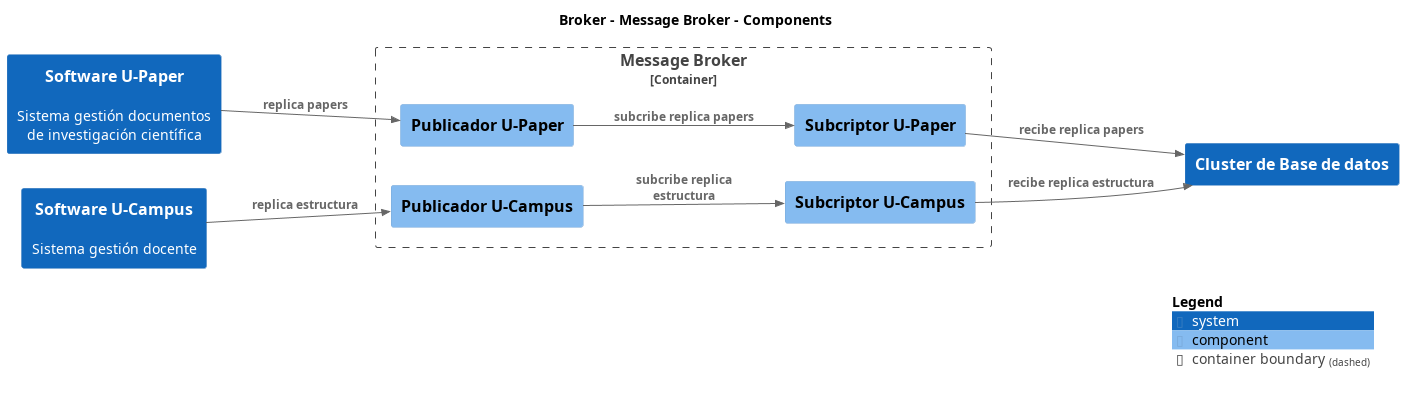
Above: build/serve/master/png/Component-002.png in nbrx/c4-dcc-arq (PlantUML), before the change. Its diagram source:
```plantuml
@startuml
set separator none
title Broker - Message Broker - Components

left to right direction

!include <C4/C4>
!include <C4/C4_Context>
!include <C4/C4_Component>

System(SoftwareUPaper, "Software U-Paper", "Sistema gestión documentos de investigación científica", $tags="")
System(SoftwareUCampus, "Software U-Campus", "Sistema gestión docente", $tags="")
System(ClusterdeBasededatos, "Cluster de Base de datos", "", $tags="")

Container_Boundary("Broker.MessageBroker_boundary", "Message Broker", $tags="") {
  Component(Broker.MessageBroker.PublicadorUPaper, "Publicador U-Paper", "", $tags="")
  Component(Broker.MessageBroker.SubcriptorUCampus, "Subcriptor U-Campus", "", $tags="")
  Component(Broker.MessageBroker.SubcriptorUPaper, "Subcriptor U-Paper", "", $tags="")
  Component(Broker.MessageBroker.PublicadorUCampus, "Publicador U-Campus", "", $tags="")
}

Rel_D(Broker.MessageBroker.PublicadorUCampus, Broker.MessageBroker.SubcriptorUCampus, "subcribe replica estructura", $tags="")
Rel_D(Broker.MessageBroker.SubcriptorUCampus, ClusterdeBasededatos, "recibe replica estructura", $tags="")
Rel_D(Broker.MessageBroker.PublicadorUPaper, Broker.MessageBroker.SubcriptorUPaper, "subcribe replica papers", $tags="")
Rel_D(Broker.MessageBroker.SubcriptorUPaper, ClusterdeBasededatos, "recibe replica papers", $tags="")
Rel_D(SoftwareUCampus, Broker.MessageBroker.PublicadorUCampus, "replica estructura", $tags="")
Rel_D(SoftwareUPaper, Broker.MessageBroker.PublicadorUPaper, "replica papers", $tags="")

SHOW_LEGEND(true)
@enduml
```
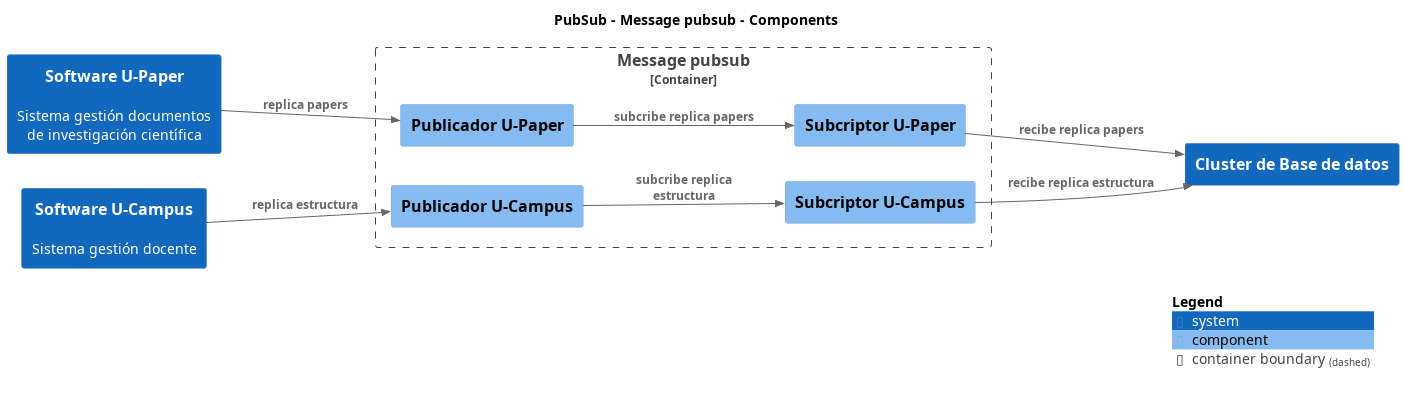
Above is the later version.

Diff of the diagram source:
```diff
@@ -1,6 +1,6 @@
 @startuml
 set separator none
-title Broker - Message Broker - Components
+title PubSub - Message pubsub - Components
 
 left to right direction
 
@@ -12,19 +12,19 @@
 System(SoftwareUCampus, "Software U-Campus", "Sistema gestión docente", $tags="")
 System(ClusterdeBasededatos, "Cluster de Base de datos", "", $tags="")
 
-Container_Boundary("Broker.MessageBroker_boundary", "Message Broker", $tags="") {
-  Component(Broker.MessageBroker.PublicadorUPaper, "Publicador U-Paper", "", $tags="")
-  Component(Broker.MessageBroker.SubcriptorUCampus, "Subcriptor U-Campus", "", $tags="")
-  Component(Broker.MessageBroker.SubcriptorUPaper, "Subcriptor U-Paper", "", $tags="")
-  Component(Broker.MessageBroker.PublicadorUCampus, "Publicador U-Campus", "", $tags="")
+Container_Boundary("PubSub.Messagepubsub_boundary", "Message pubsub", $tags="") {
+  Component(PubSub.Messagepubsub.PublicadorUPaper, "Publicador U-Paper", "", $tags="")
+  Component(PubSub.Messagepubsub.SubcriptorUCampus, "Subcriptor U-Campus", "", $tags="")
+  Component(PubSub.Messagepubsub.SubcriptorUPaper, "Subcriptor U-Paper", "", $tags="")
+  Component(PubSub.Messagepubsub.PublicadorUCampus, "Publicador U-Campus", "", $tags="")
 }
 
-Rel_D(Broker.MessageBroker.PublicadorUCampus, Broker.MessageBroker.SubcriptorUCampus, "subcribe replica estructura", $tags="")
-Rel_D(Broker.MessageBroker.SubcriptorUCampus, ClusterdeBasededatos, "recibe replica estructura", $tags="")
-Rel_D(Broker.MessageBroker.PublicadorUPaper, Broker.MessageBroker.SubcriptorUPaper, "subcribe replica papers", $tags="")
-Rel_D(Broker.MessageBroker.SubcriptorUPaper, ClusterdeBasededatos, "recibe replica papers", $tags="")
-Rel_D(SoftwareUCampus, Broker.MessageBroker.PublicadorUCampus, "replica estructura", $tags="")
-Rel_D(SoftwareUPaper, Broker.MessageBroker.PublicadorUPaper, "replica papers", $tags="")
+Rel_D(PubSub.Messagepubsub.PublicadorUCampus, PubSub.Messagepubsub.SubcriptorUCampus, "subcribe replica estructura", $tags="")
+Rel_D(PubSub.Messagepubsub.SubcriptorUCampus, ClusterdeBasededatos, "recibe replica estructura", $tags="")
+Rel_D(PubSub.Messagepubsub.PublicadorUPaper, PubSub.Messagepubsub.SubcriptorUPaper, "subcribe replica papers", $tags="")
+Rel_D(PubSub.Messagepubsub.SubcriptorUPaper, ClusterdeBasededatos, "recibe replica papers", $tags="")
+Rel_D(SoftwareUCampus, PubSub.Messagepubsub.PublicadorUCampus, "replica estructura", $tags="")
+Rel_D(SoftwareUPaper, PubSub.Messagepubsub.PublicadorUPaper, "replica papers", $tags="")
 
 SHOW_LEGEND(true)
 @enduml
```
